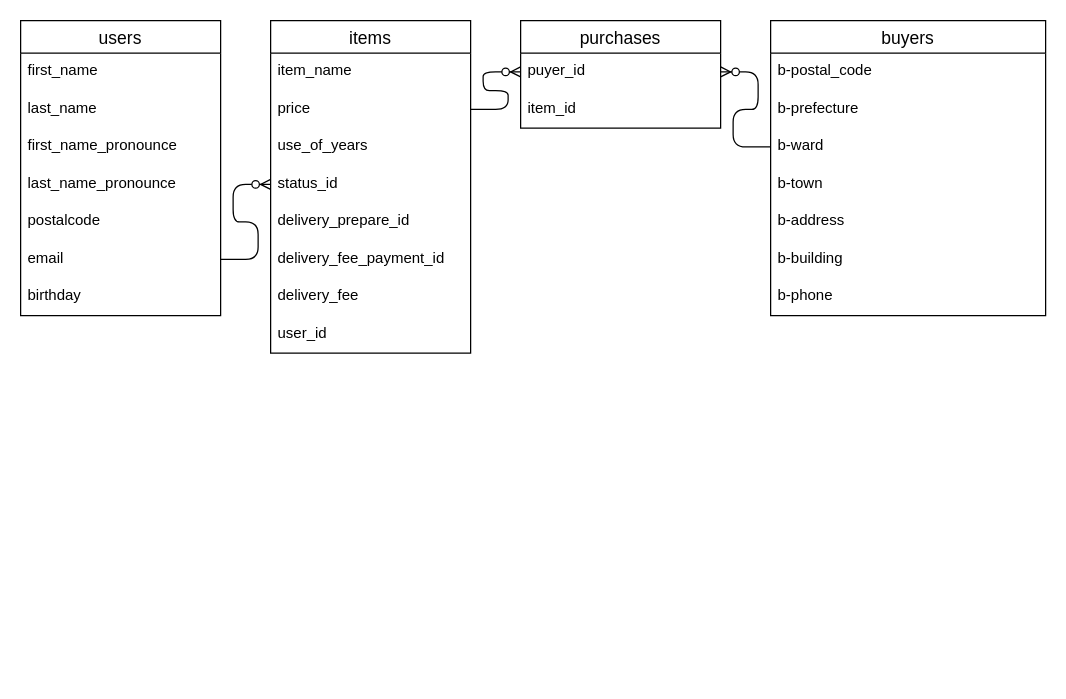
takuo-maeda/furima-32844 keeps this draw.io diagram as er.dio. Above is the earlier version. Source tidied: cells renumbered, new cells numbered last; positions are measured from the earlier drawing's top-left corner, leaving out a move shared by most shapes. Both pictures are drawn from the tidied source at 125%, with x=0, y=0 at pixel (20, 20).
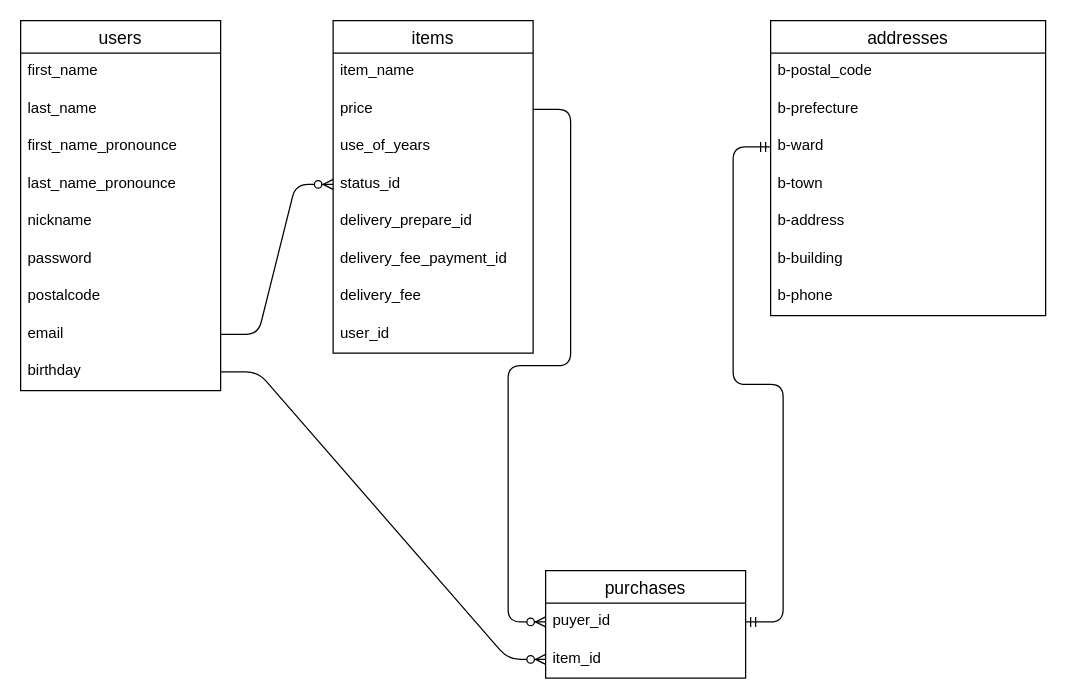
The same page after the edit.

The change refers to these unchanged cells:
```xml
<mxCell id="22" value="b-ward" style="text;strokeColor=none;fillColor=none;spacingLeft=4;spacingRight=4;overflow=hidden;points=[[0,0.5],[1,0.5]];portConstraint=eastwest;fontSize=12;" parent="19" vertex="1">
  <mxGeometry y="86" width="220" height="30" as="geometry" />
</mxCell>
<mxCell id="29" value="puyer_id" style="text;strokeColor=none;fillColor=none;spacingLeft=4;spacingRight=4;overflow=hidden;points=[[0,0.5],[1,0.5]];portConstraint=eastwest;fontSize=12;" parent="28" vertex="1">
  <mxGeometry y="26" width="160" height="30" as="geometry" />
</mxCell>
<mxCell id="30" value="item_id" style="text;strokeColor=none;fillColor=none;spacingLeft=4;spacingRight=4;overflow=hidden;points=[[0,0.5],[1,0.5]];portConstraint=eastwest;fontSize=12;" parent="28" vertex="1">
  <mxGeometry y="56" width="160" height="30" as="geometry" />
</mxCell>
```

The edit, as a diff of the source:
```diff
@@
     <mxCell id="2" value="users" style="swimlane;fontStyle=0;horizontal=1;startSize=26;align=center;fontSize=14;" parent="1" vertex="1">
-      <mxGeometry width="160" height="236" as="geometry" />
+      <mxGeometry width="160" height="296" as="geometry" />
     </mxCell>
@@
+    <mxCell id="33" value="nickname" style="text;strokeColor=none;fillColor=none;spacingLeft=4;spacingRight=4;overflow=hidden;fontSize=12;" parent="2" vertex="1">
+      <mxGeometry y="146" width="160" height="30" as="geometry" />
+    </mxCell>
+    <mxCell id="34" value="password" style="text;strokeColor=none;fillColor=none;spacingLeft=4;spacingRight=4;overflow=hidden;fontSize=12;" parent="2" vertex="1">
+      <mxGeometry y="176" width="160" height="30" as="geometry" />
+    </mxCell>
     <mxCell id="7" value="postalcode" style="text;strokeColor=none;fillColor=none;spacingLeft=4;spacingRight=4;overflow=hidden;fontSize=12;" parent="2" vertex="1">
-      <mxGeometry y="146" width="160" height="30" as="geometry" />
+      <mxGeometry y="206" width="160" height="30" as="geometry" />
     </mxCell>
     <mxCell id="8" value="email" style="text;strokeColor=none;fillColor=none;spacingLeft=4;spacingRight=4;overflow=hidden;points=[[0,0.5],[1,0.5]];portConstraint=eastwest;fontSize=12;" parent="2" vertex="1">
-      <mxGeometry y="176" width="160" height="30" as="geometry" />
+      <mxGeometry y="236" width="160" height="30" as="geometry" />
     </mxCell>
     <mxCell id="9" value="birthday" style="text;strokeColor=none;fillColor=none;spacingLeft=4;spacingRight=4;overflow=hidden;points=[[0,0.5],[1,0.5]];portConstraint=eastwest;fontSize=12;" parent="2" vertex="1">
-      <mxGeometry y="206" width="160" height="30" as="geometry" />
+      <mxGeometry y="266" width="160" height="30" as="geometry" />
     </mxCell>
     <mxCell id="10" value="items" style="swimlane;fontStyle=0;horizontal=1;startSize=26;align=center;fontSize=14;" parent="1" vertex="1">
-      <mxGeometry x="200" width="160" height="266" as="geometry" />
+      <mxGeometry x="250" width="160" height="266" as="geometry" />
     </mxCell>
@@
-    <mxCell id="19" value="buyers" style="swimlane;fontStyle=0;horizontal=1;startSize=26;align=center;fontSize=14;" parent="1" vertex="1">
+    <mxCell id="19" value="addresses" style="swimlane;fontStyle=0;horizontal=1;startSize=26;align=center;fontSize=14;" parent="1" vertex="1">
       <mxGeometry x="600" width="220" height="236" as="geometry" />
     </mxCell>
@@
     <mxCell id="28" value="purchases" style="swimlane;fontStyle=0;horizontal=1;startSize=26;align=center;fontSize=14;" parent="1" vertex="1">
-      <mxGeometry x="400" width="160" height="86" as="geometry" />
+      <mxGeometry x="420" y="440" width="160" height="86" as="geometry" />
     </mxCell>
@@
-    <mxCell id="31" style="edgeStyle=entityRelationEdgeStyle;fontSize=12;html=1;endArrow=ERzeroToMany;endFill=1;exitX=0;exitY=0.5;exitDx=0;exitDy=0;entryX=1;entryY=0.5;entryDx=0;entryDy=0;" parent="1" edge="1" source="22" target="29">
-      <mxGeometry relative="1" as="geometry" />
-    </mxCell>
@@
+    <mxCell id="35" style="edgeStyle=entityRelationEdgeStyle;fontSize=12;html=1;endArrow=ERmandOne;startArrow=ERmandOne;entryX=0;entryY=0.5;entryDx=0;entryDy=0;exitX=1;exitY=0.5;exitDx=0;exitDy=0;" parent="1" edge="1" source="29" target="22">
+      <mxGeometry relative="1" as="geometry" />
+    </mxCell>
+    <mxCell id="36" style="edgeStyle=entityRelationEdgeStyle;fontSize=12;html=1;endArrow=ERzeroToMany;endFill=1;entryX=0;entryY=0.5;entryDx=0;entryDy=0;exitX=1;exitY=0.5;exitDx=0;exitDy=0;" parent="1" edge="1" source="9" target="30">
+      <mxGeometry relative="1" as="geometry" />
+    </mxCell>
```
